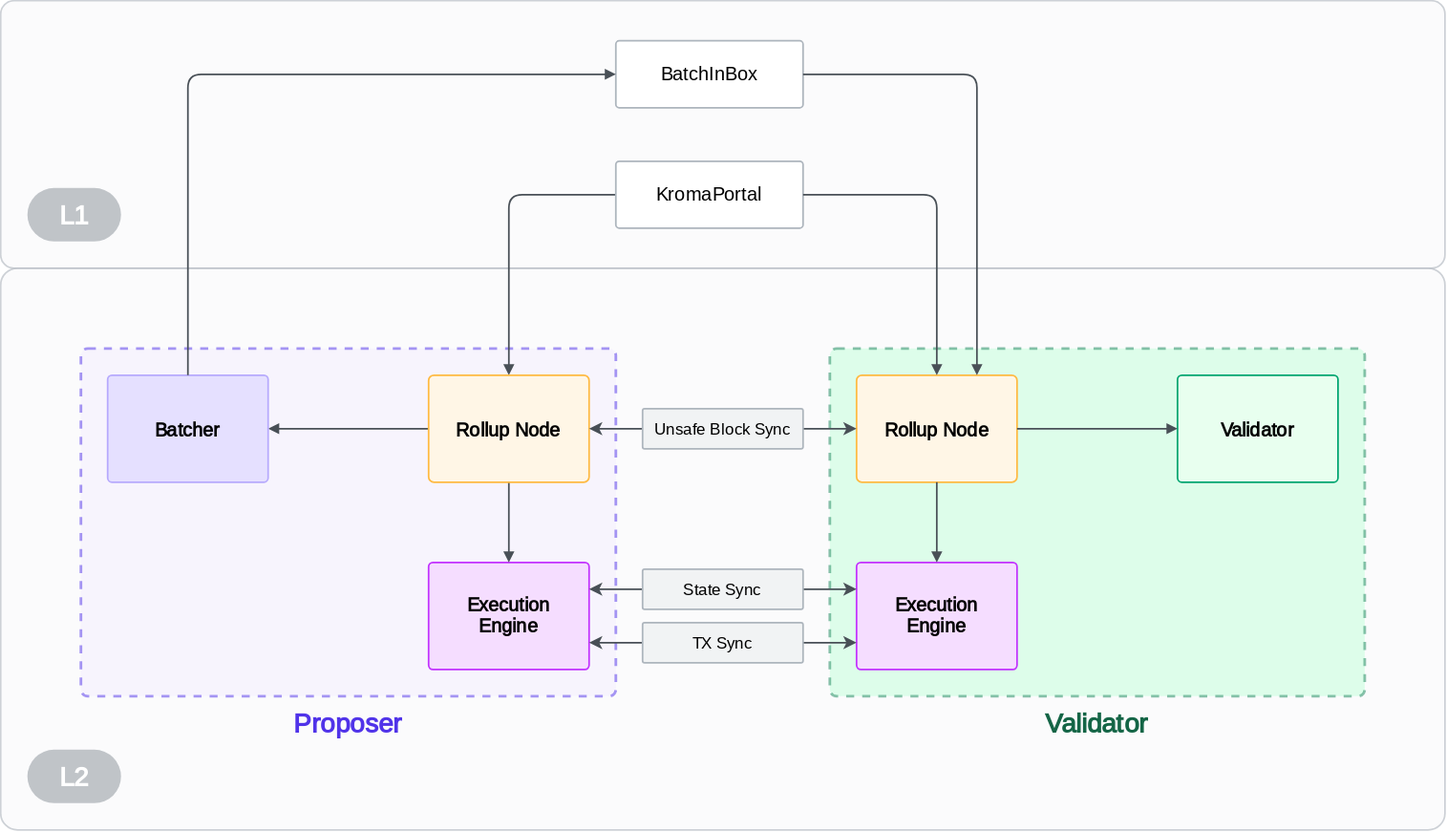
Before: specs/assets/propagation.svg, a diagram exported from draw.io (kroma-network/kroma). Source tidied: cells renumbered, new cells last; positions are measured from the earlier drawing's top-left corner, leaving out a move shared by most shapes.
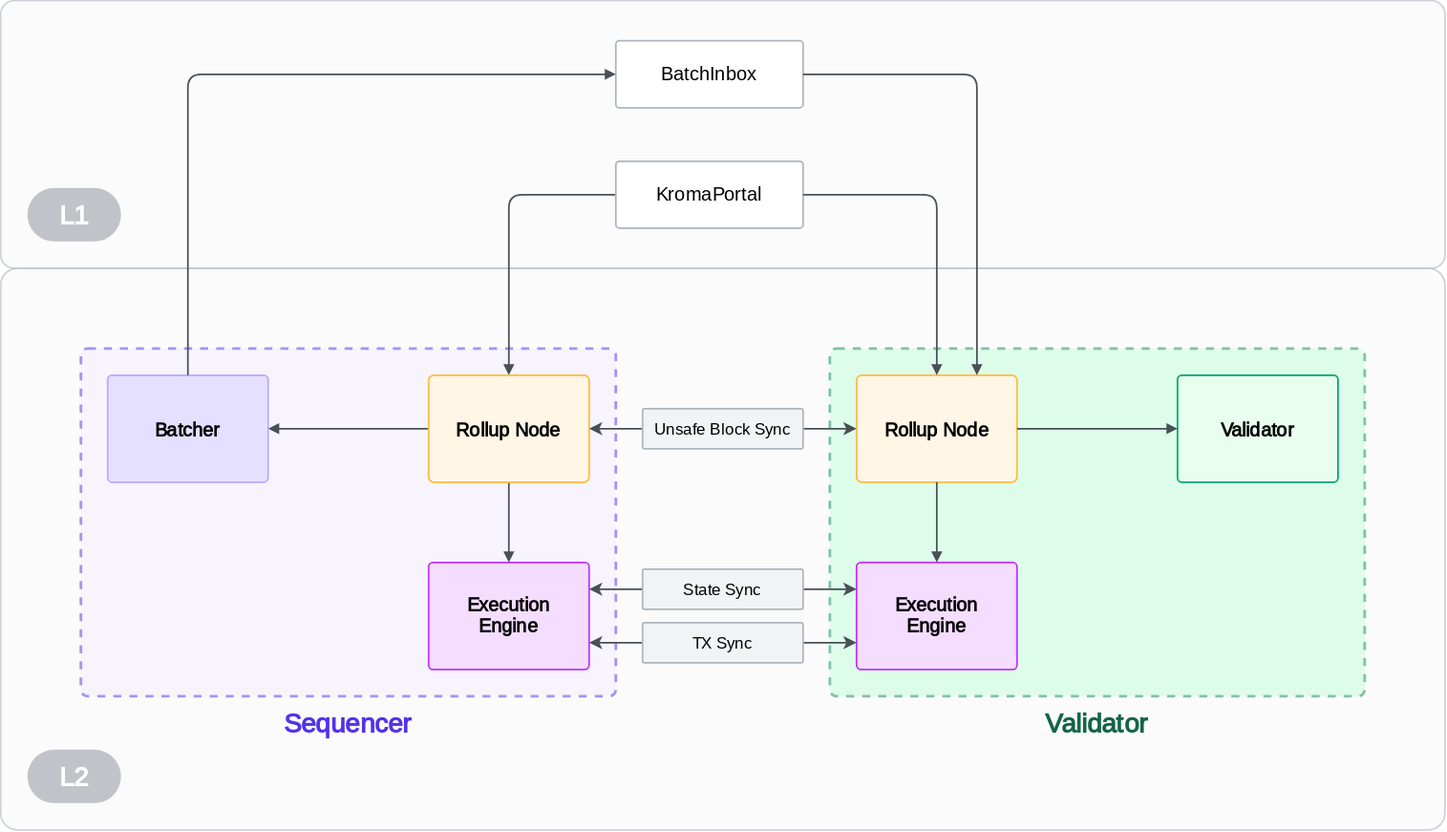
Above is the later version.

Change to the diagram source:
```diff
@@ -26,7 +26,7 @@
     <mxCell id="9" value="&lt;font style=&quot;font-size: 14px;&quot;&gt;KromaPortal&lt;br style=&quot;font-size: 14px;&quot;&gt;&lt;/font&gt;" style="rounded=1;whiteSpace=wrap;html=1;fontSize=14;fontFamily=Inter;fillColor=#FFFFFF;strokeColor=#ADB5BD;hachureGap=4;fontSource=https%3A%2F%2Ffonts.googleapis.com%2Fcss%3Ffamily%3DInter;arcSize=5;shadow=0;glass=0;spacing=0;strokeWidth=1.25;spacingTop=0;" parent="1" vertex="1">
       <mxGeometry x="460" y="120" width="140" height="50" as="geometry" />
     </mxCell>
-    <mxCell id="10" value="&lt;font style=&quot;font-size: 14px;&quot;&gt;BatchInBox&lt;br style=&quot;font-size: 14px;&quot;&gt;&lt;/font&gt;" style="rounded=1;whiteSpace=wrap;html=1;fontSize=14;fontFamily=Inter;fillColor=#FFFFFF;strokeColor=#ADB5BD;hachureGap=4;fontSource=https%3A%2F%2Ffonts.googleapis.com%2Fcss%3Ffamily%3DInter;arcSize=5;shadow=0;glass=0;spacing=0;strokeWidth=1.25;spacingTop=0;" parent="1" vertex="1">
+    <mxCell id="10" value="&lt;font style=&quot;font-size: 14px;&quot;&gt;BatchInbox&lt;br style=&quot;font-size: 14px;&quot;&gt;&lt;/font&gt;" style="rounded=1;whiteSpace=wrap;html=1;fontSize=14;fontFamily=Inter;fillColor=#FFFFFF;strokeColor=#ADB5BD;hachureGap=4;fontSource=https%3A%2F%2Ffonts.googleapis.com%2Fcss%3Ffamily%3DInter;arcSize=5;shadow=0;glass=0;spacing=0;strokeWidth=1.25;spacingTop=0;" parent="1" vertex="1">
       <mxGeometry x="460" y="30" width="140" height="50" as="geometry" />
     </mxCell>
     <mxCell id="11" value="&lt;p style=&quot;line-height: 100%; font-size: 14px;&quot;&gt;&lt;b style=&quot;border-color: var(--border-color); font-size: 14px;&quot;&gt;&lt;font style=&quot;border-color: var(--border-color); font-size: 14px;&quot;&gt;Validator&lt;/font&gt;&lt;/b&gt;&lt;br style=&quot;font-size: 14px;&quot;&gt;&lt;/p&gt;" style="rounded=1;whiteSpace=wrap;html=1;fontSize=14;fontFamily=Inter;fillColor=#E8FFEF;strokeColor=#00A570;hachureGap=4;fontSource=https%3A%2F%2Ffonts.googleapis.com%2Fcss%3Ffamily%3DInter;arcSize=4;shadow=0;glass=0;spacing=0;strokeWidth=1.25;spacingTop=0;spacingLeft=10;spacingRight=10;fontStyle=1;" parent="1" vertex="1">
@@ -47,7 +47,7 @@
     <mxCell id="16" value="&lt;p style=&quot;line-height: 100%; font-size: 14px;&quot;&gt;Batcher&lt;br style=&quot;font-size: 14px;&quot;&gt;&lt;/p&gt;" style="rounded=1;whiteSpace=wrap;html=1;fontSize=14;fontFamily=Inter;fillColor=#E5E0FF;strokeColor=#B7AAFD;hachureGap=4;fontSource=https%3A%2F%2Ffonts.googleapis.com%2Fcss%3Ffamily%3DInter;arcSize=4;shadow=0;glass=0;spacing=0;strokeWidth=1.25;spacingTop=0;spacingLeft=10;spacingRight=10;fontStyle=1;" parent="1" vertex="1">
       <mxGeometry x="80" y="280" width="120" height="80" as="geometry" />
     </mxCell>
-    <mxCell id="17" value="Proposer" style="text;whiteSpace=wrap;fontSize=20;fontFamily=Inter;fontColor=#5033E9;align=center;fontStyle=1;html=1;spacing=2;verticalAlign=middle;" parent="1" vertex="1">
+    <mxCell id="17" value="Sequencer" style="text;whiteSpace=wrap;fontSize=20;fontFamily=Inter;fontColor=#5033E9;align=center;fontStyle=1;html=1;spacing=2;verticalAlign=middle;" parent="1" vertex="1">
       <mxGeometry x="205" y="520" width="110" height="40" as="geometry" />
     </mxCell>
     <mxCell id="18" value="Validator" style="text;whiteSpace=wrap;fontSize=20;fontFamily=Inter;fontColor=#146546;align=center;fontStyle=1;html=1;spacing=2;verticalAlign=middle;" parent="1" vertex="1">
```
